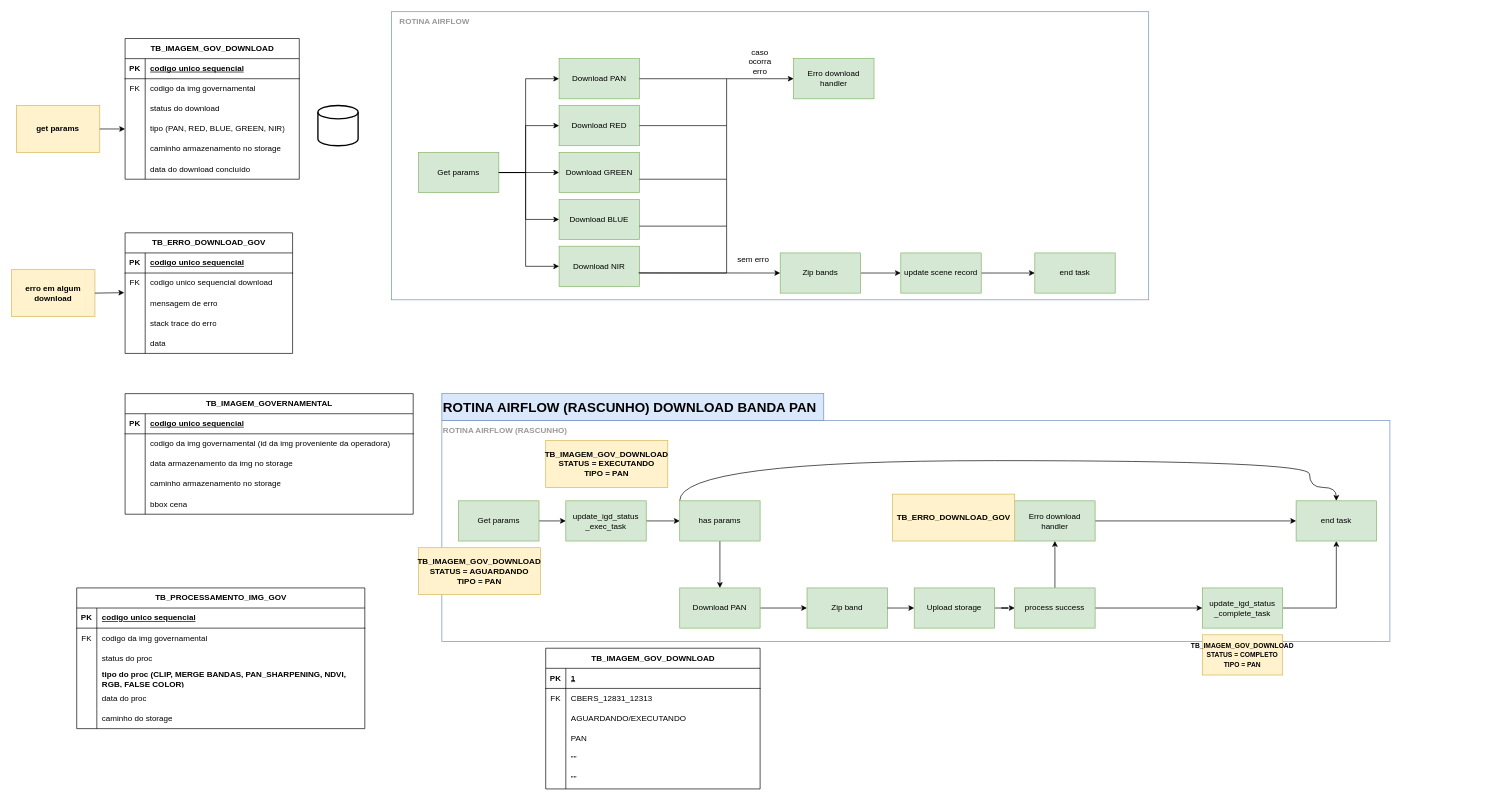
Earlier version of the draw.io diagram page "Fluxograma Download" (3 of 3) of API_INDICES_HD.drawio (gabrielk-visiona/data-teste). Source tidied: cells renumbered, new cells numbered last; positions are measured from the earlier drawing's top-left corner, leaving out a move shared by most shapes. Both pictures are drawn from the tidied source at 67%, with x=0, y=0 at pixel (11, 11).
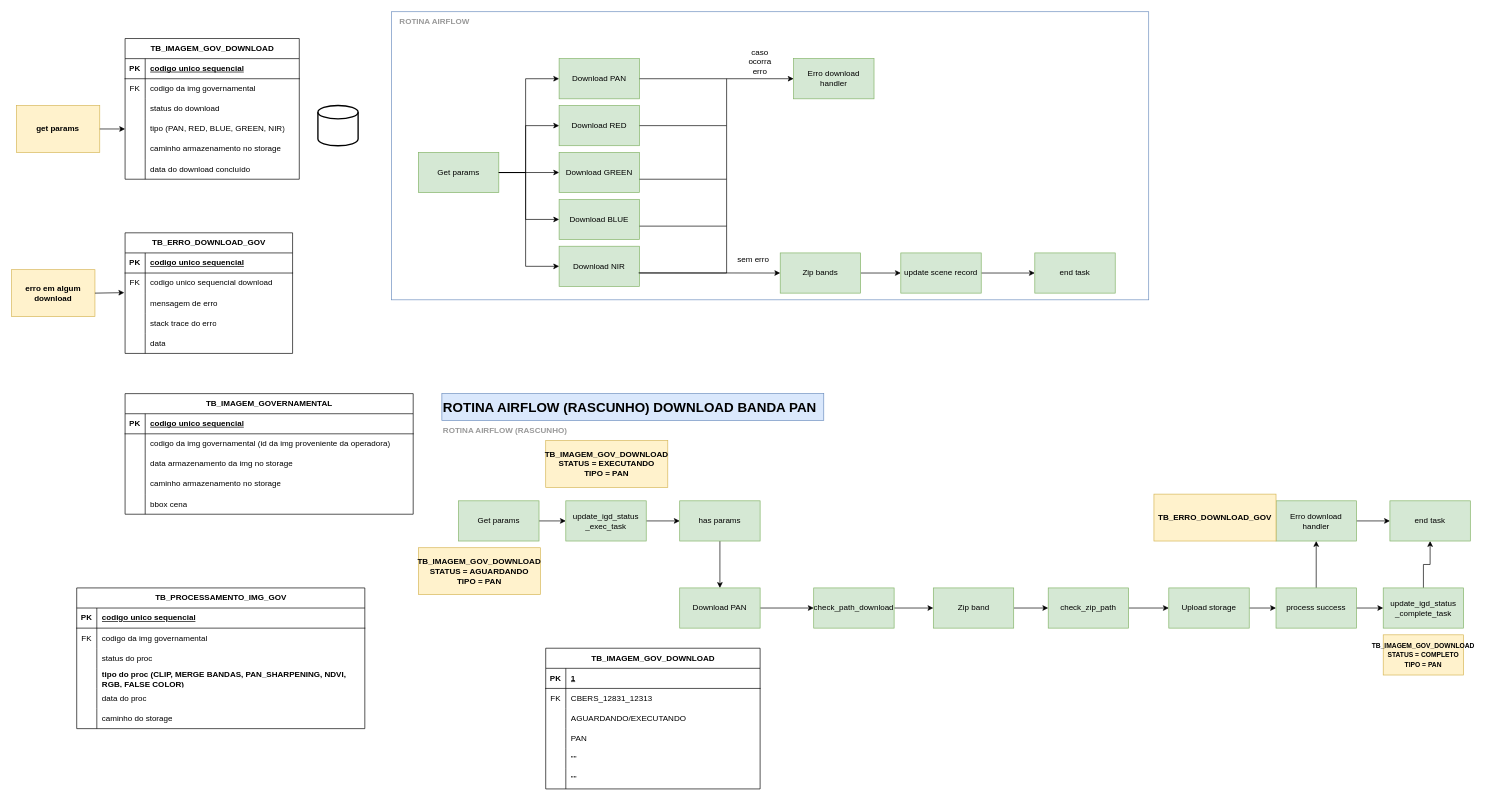
The same page after the edit.

Unchanged cells that the change refers to:
```xml
<mxCell id="90" value="Download PAN" style="rounded=0;whiteSpace=wrap;html=1;fillColor=#d5e8d4;strokeColor=#82b366;" parent="1" vertex="1">
  <mxGeometry x="997" y="860" width="120" height="60" as="geometry" />
</mxCell>
<mxCell id="99" value="has params" style="rounded=0;whiteSpace=wrap;html=1;fillColor=#d5e8d4;strokeColor=#82b366;" parent="1" vertex="1">
  <mxGeometry x="997" y="730" width="120" height="60" as="geometry" />
</mxCell>
```

What changed in the source:
```diff
@@
-    <mxCell id="2" style="rounded=0;whiteSpace=wrap;html=1;fillColor=none;strokeColor=#6c8ebf;" parent="1" vertex="1">
-      <mxGeometry x="642" y="610" width="1415" height="330" as="geometry" />
-    </mxCell>
@@
-    <mxCell id="89" style="edgeStyle=orthogonalEdgeStyle;rounded=0;jettySize=auto;html=1;" parent="1" edge="1" source="90" target="91">
-      <mxGeometry relative="1" as="geometry" />
-    </mxCell>
+    <mxCell id="151" style="edgeStyle=orthogonalEdgeStyle;rounded=0;jettySize=auto;html=1;" parent="1" edge="1" source="90" target="154">
+      <mxGeometry relative="1" as="geometry" />
+    </mxCell>
@@
+    <mxCell id="152" style="edgeStyle=orthogonalEdgeStyle;rounded=0;jettySize=auto;html=1;" parent="1" edge="1" source="91" target="156">
+      <mxGeometry relative="1" as="geometry" />
+    </mxCell>
     <mxCell id="91" value="Zip band" style="rounded=0;whiteSpace=wrap;html=1;fillColor=#d5e8d4;strokeColor=#82b366;" parent="1" vertex="1">
-      <mxGeometry x="1187" y="860" width="120" height="60" as="geometry" />
+      <mxGeometry x="1375.5" y="860" width="120" height="60" as="geometry" />
     </mxCell>
@@
     <mxCell id="93" value="update_igd_status&lt;div&gt;_complete_task&lt;/div&gt;" style="rounded=0;whiteSpace=wrap;html=1;fillColor=#d5e8d4;strokeColor=#82b366;" parent="1" vertex="1">
-      <mxGeometry x="1777" y="860" width="120" height="60" as="geometry" />
+      <mxGeometry x="2047" y="860" width="120" height="60" as="geometry" />
     </mxCell>
     <mxCell id="94" value="end task" style="whiteSpace=wrap;html=1;fillColor=#d5e8d4;strokeColor=#82b366;rounded=0;" parent="1" vertex="1">
-      <mxGeometry x="1917" y="730" width="120" height="60" as="geometry" />
+      <mxGeometry x="2057" y="730" width="120" height="60" as="geometry" />
     </mxCell>
@@
     <mxCell id="96" value="Erro download handler" style="rounded=0;whiteSpace=wrap;html=1;fillColor=#d5e8d4;strokeColor=#82b366;" parent="1" vertex="1">
-      <mxGeometry x="1497" y="730" width="120" height="60" as="geometry" />
+      <mxGeometry x="1887" y="730" width="120" height="60" as="geometry" />
     </mxCell>
@@
-    <mxCell id="98" style="edgeStyle=orthogonalEdgeStyle;rounded=0;jettySize=auto;html=1;entryX=0.5;entryY=0;entryDx=0;entryDy=0;curved=1;" parent="1" edge="1" source="99" target="94">
-      <mxGeometry relative="1" as="geometry">
-        <Array as="points">
-          <mxPoint x="997" y="670" />
-          <mxPoint x="1937" y="670" />
-          <mxPoint x="1937" y="710" />
-          <mxPoint x="1977" y="710" />
-        </Array>
-      </mxGeometry>
-    </mxCell>
@@
     <mxCell id="102" value="process success" style="rounded=0;whiteSpace=wrap;html=1;fillColor=#d5e8d4;strokeColor=#82b366;" parent="1" vertex="1">
-      <mxGeometry x="1497" y="860" width="120" height="60" as="geometry" />
+      <mxGeometry x="1887" y="860" width="120" height="60" as="geometry" />
     </mxCell>
@@
-    <mxCell id="125" style="edgeStyle=orthogonalEdgeStyle;rounded=0;jettySize=auto;html=1;" parent="1" edge="1" source="91" target="127">
-      <mxGeometry relative="1" as="geometry" />
-    </mxCell>
@@
     <mxCell id="127" value="Upload storage" style="rounded=0;whiteSpace=wrap;html=1;fillColor=#d5e8d4;strokeColor=#82b366;" parent="1" vertex="1">
-      <mxGeometry x="1347" y="860" width="120" height="60" as="geometry" />
+      <mxGeometry x="1727" y="860" width="120" height="60" as="geometry" />
     </mxCell>
@@
     <mxCell id="130" value="&lt;font style=&quot;font-size: 10px;&quot;&gt;&lt;span style=&quot;text-wrap: nowrap;&quot;&gt;TB_IMAGEM_GOV_DOWNLOAD&lt;/span&gt;&lt;br&gt;&lt;/font&gt;&lt;div&gt;&lt;font style=&quot;font-size: 10px;&quot;&gt;STATUS = COMPLETO&lt;span&gt;&lt;br&gt;&lt;/span&gt;&lt;/font&gt;&lt;/div&gt;&lt;div&gt;&lt;font style=&quot;font-size: 10px;&quot;&gt;TIPO = PAN&lt;/font&gt;&lt;/div&gt;" style="text;html=1;align=center;verticalAlign=middle;whiteSpace=wrap;rounded=0;fillColor=#fff2cc;strokeColor=#d6b656;fontStyle=1;" parent="1" vertex="1">
-      <mxGeometry x="1777" y="930" width="120" height="60" as="geometry" />
+      <mxGeometry x="2047" y="930" width="120" height="60" as="geometry" />
     </mxCell>
     <mxCell id="131" value="&lt;span style=&quot;text-wrap: nowrap;&quot;&gt;TB_ERRO_DOWNLOAD_GOV&lt;/span&gt;" style="text;html=1;align=center;verticalAlign=middle;whiteSpace=wrap;rounded=0;fillColor=#fff2cc;strokeColor=#d6b656;fontStyle=1;" parent="1" vertex="1">
-      <mxGeometry x="1314.8" y="720" width="182.2" height="70" as="geometry" />
+      <mxGeometry x="1704.8" y="720" width="182.2" height="70" as="geometry" />
     </mxCell>
@@
+    <mxCell id="153" style="edgeStyle=orthogonalEdgeStyle;rounded=0;jettySize=auto;html=1;" parent="1" edge="1" source="154" target="91">
+      <mxGeometry relative="1" as="geometry" />
+    </mxCell>
+    <mxCell id="154" value="check_path_download" style="whiteSpace=wrap;html=1;fillColor=#d5e8d4;strokeColor=#82b366;rounded=0;" parent="1" vertex="1">
+      <mxGeometry x="1197" y="860" width="120" height="60" as="geometry" />
+    </mxCell>
+    <mxCell id="155" style="edgeStyle=orthogonalEdgeStyle;rounded=0;jettySize=auto;html=1;" parent="1" edge="1" source="156" target="127">
+      <mxGeometry relative="1" as="geometry" />
+    </mxCell>
+    <mxCell id="156" value="check_zip_path" style="whiteSpace=wrap;html=1;fillColor=#d5e8d4;strokeColor=#82b366;rounded=0;" parent="1" vertex="1">
+      <mxGeometry x="1547" y="860" width="120" height="60" as="geometry" />
+    </mxCell>
```
